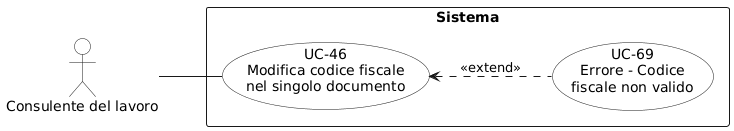
Earlier version of the PlantUML export RTB/Analisi dei Requisiti/diagrammi_use_case/UC-46.png (aLittleByte-19/Documentazione).
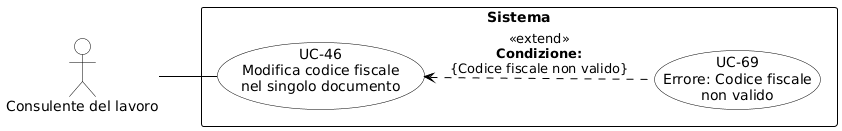
Later version of the same file.

Change to the diagram source:
```diff
@@ -1,16 +1,32 @@
 @startuml
+skinparam shadowing false
+skinparam defaultFontName Arial
 left to right direction
-skinparam packageStyle rectangle
-skinparam usecaseBackgroundColor White
-skinparam actorBackgroundColor White
+skinparam nodesep 15
+skinparam ranksep 50
 
-actor "Consulente del lavoro" as consulente
+skinparam usecase {
+    BackgroundColor white
+    BorderColor black
+    ArrowColor black
+}
+skinparam actor {
+    BackgroundColor white
+    BorderColor black
+}
+skinparam rectangle {
+    BorderColor black
+    FontStyle bold
+}
+
+actor "Consulente del lavoro" as CL
 
 rectangle "Sistema" {
-  usecase "UC-46\nModifica codice fiscale\nnel singolo documento" as uc46
-  usecase "UC-69\nErrore - Codice\nfiscale non valido" as uc69
+    usecase "UC-46\nModifica codice fiscale\nnel singolo documento" as UC46
+    usecase "UC-69\nErrore: Codice fiscale\nnon valido" as UC69
+
+    UC46 <.. UC69 : <<extend>>\n**Condizione:**\n{Codice fiscale non valido}
 }
 
-consulente -- uc46
-uc46 <.. uc69 : <<extend>>
+CL -- UC46
 @enduml
```
